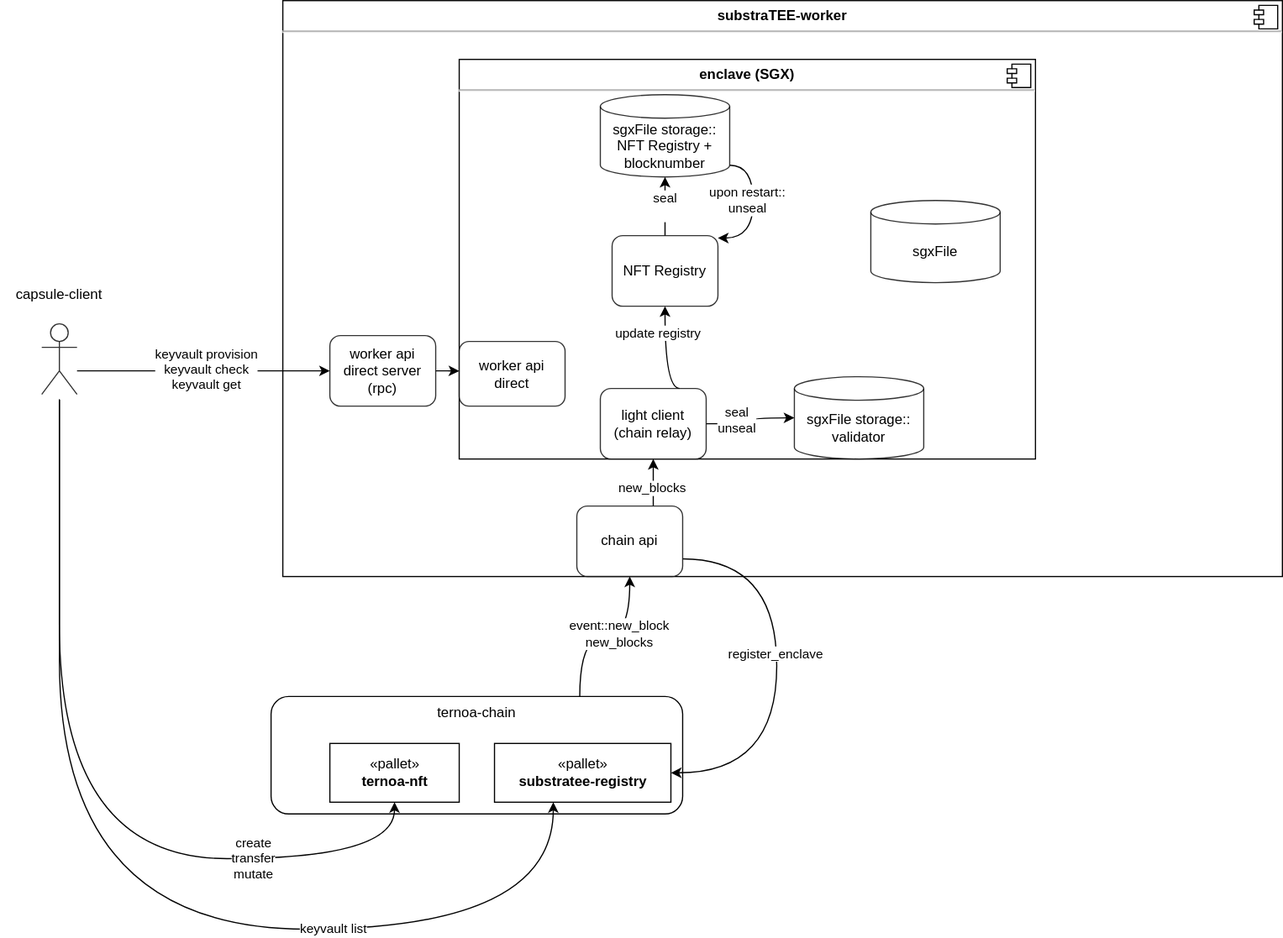
Above: overview_ternoa.svg in haerdib/substraTEE_diagramms (draw.io), before the change. Source tidied: cells renumbered, new cells last; positions are measured from the earlier drawing's top-left corner, leaving out a move shared by most shapes.
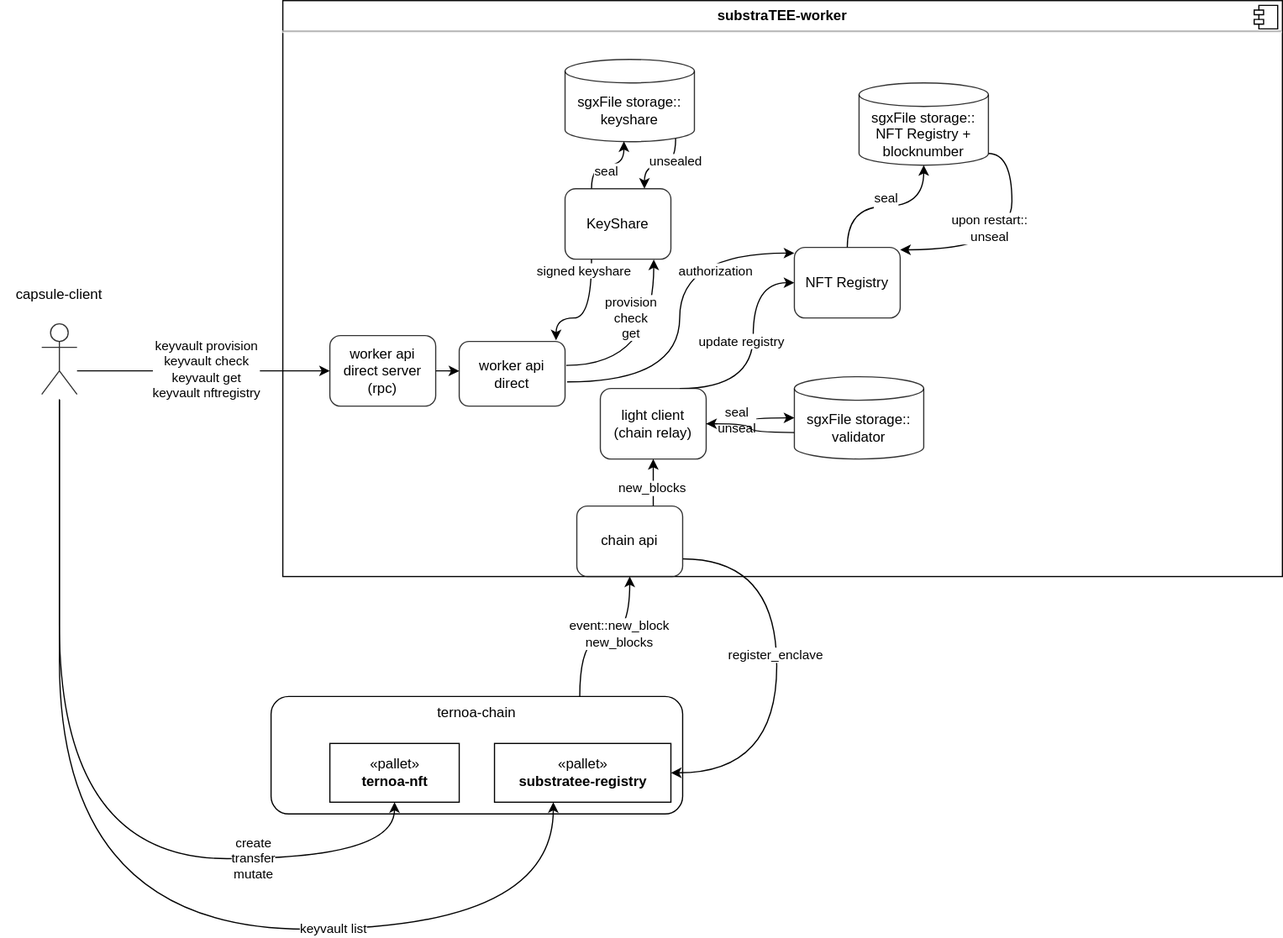
Later version of the same file.

The edit, as a diff of the source:
```diff
@@ -2,6 +2,14 @@
   <root>
     <mxCell id="0" />
     <mxCell id="1" parent="0" />
+    <mxCell id="4" value="&lt;p style=&quot;margin: 0px ; margin-top: 6px ; text-align: center&quot;&gt;&lt;b&gt;enclave (SGX)&lt;br&gt;&lt;/b&gt;&lt;/p&gt;&lt;hr&gt;&lt;p style=&quot;margin: 0px ; margin-left: 8px&quot;&gt;&lt;br&gt;&lt;/p&gt;" style="align=left;overflow=fill;html=1;" parent="1" vertex="1">
+      <mxGeometry x="390" y="50" width="490" height="340" as="geometry" />
+    </mxCell>
+    <mxCell id="5" style="shape=component;jettyWidth=8;jettyHeight=4;" parent="4" vertex="1">
+      <mxGeometry x="1" width="20" height="20" relative="1" as="geometry">
+        <mxPoint x="-24" y="4" as="offset" />
+      </mxGeometry>
+    </mxCell>
     <mxCell id="2" value="&lt;p style=&quot;margin: 0px ; margin-top: 6px ; text-align: center&quot;&gt;&lt;b&gt;substraTEE-worker&lt;br&gt;&lt;/b&gt;&lt;/p&gt;&lt;hr&gt;&lt;p style=&quot;margin: 0px ; margin-left: 8px&quot;&gt;&lt;br&gt;&lt;/p&gt;" style="align=left;overflow=fill;html=1;" parent="1" vertex="1">
       <mxGeometry x="240" width="850" height="490" as="geometry" />
     </mxCell>
@@ -10,14 +18,6 @@
         <mxPoint x="-24" y="4" as="offset" />
       </mxGeometry>
     </mxCell>
-    <mxCell id="4" value="&lt;p style=&quot;margin: 0px ; margin-top: 6px ; text-align: center&quot;&gt;&lt;b&gt;enclave (SGX)&lt;br&gt;&lt;/b&gt;&lt;/p&gt;&lt;hr&gt;&lt;p style=&quot;margin: 0px ; margin-left: 8px&quot;&gt;&lt;br&gt;&lt;/p&gt;" style="align=left;overflow=fill;html=1;" parent="1" vertex="1">
-      <mxGeometry x="390" y="50" width="490" height="340" as="geometry" />
-    </mxCell>
-    <mxCell id="5" style="shape=component;jettyWidth=8;jettyHeight=4;" parent="4" vertex="1">
-      <mxGeometry x="1" width="20" height="20" relative="1" as="geometry">
-        <mxPoint x="-24" y="4" as="offset" />
-      </mxGeometry>
-    </mxCell>
     <mxCell id="6" style="edgeStyle=orthogonalEdgeStyle;jettySize=auto;html=1;exitX=0.75;exitY=0;exitDx=0;exitDy=0;entryX=0.5;entryY=1;entryDx=0;entryDy=0;curved=1;" parent="1" edge="1" source="8" target="28">
       <mxGeometry relative="1" as="geometry" />
     </mxCell>
@@ -36,13 +36,14 @@
     <mxCell id="11" style="edgeStyle=orthogonalEdgeStyle;curved=1;jettySize=auto;html=1;exitX=0.75;exitY=0;exitDx=0;exitDy=0;" parent="1" edge="1" source="15" target="37">
       <mxGeometry relative="1" as="geometry">
         <Array as="points">
-          <mxPoint x="565" y="330" />
+          <mxPoint x="640" y="330" />
+          <mxPoint x="640" y="240" />
         </Array>
       </mxGeometry>
     </mxCell>
     <mxCell id="12" value="update registry" style="edgeLabel;html=1;align=center;verticalAlign=middle;" parent="11" vertex="1">
       <mxGeometry x="0.56" y="-10" relative="1" as="geometry">
-        <mxPoint x="-15.8" y="5" as="offset" />
+        <mxPoint x="-20" y="44" as="offset" />
       </mxGeometry>
     </mxCell>
     <mxCell id="13" style="edgeStyle=orthogonalEdgeStyle;curved=1;jettySize=auto;html=1;exitX=1;exitY=0.5;exitDx=0;exitDy=0;entryX=0;entryY=0.5;entryDx=0;entryDy=0;entryPerimeter=0;" parent="1" edge="1" source="15" target="38">
@@ -81,8 +82,14 @@
     <mxCell id="20" value="capsule-client" style="text;html=1;strokeColor=none;fillColor=none;align=center;verticalAlign=middle;whiteSpace=wrap;rounded=0;" parent="1" vertex="1">
       <mxGeometry y="240" width="100" height="20" as="geometry" />
     </mxCell>
+    <mxCell id="39" style="edgeStyle=orthogonalEdgeStyle;curved=1;jettySize=auto;html=1;exitX=0.855;exitY=1;exitDx=0;exitDy=-2.9;exitPerimeter=0;entryX=0.75;entryY=0;entryDx=0;entryDy=0;" parent="1" edge="1" source="21" target="48">
+      <mxGeometry relative="1" as="geometry" />
+    </mxCell>
+    <mxCell id="40" value="unsealed" style="edgeLabel;html=1;align=center;verticalAlign=middle;" parent="39" vertex="1">
+      <mxGeometry x="-0.33" y="-3" relative="1" as="geometry" />
+    </mxCell>
-    <mxCell id="21" value="sgxFile" style="shape=cylinder3;whiteSpace=wrap;html=1;boundedLbl=1;backgroundOutline=1;size=10;opacity=80;" parent="1" vertex="1">
-      <mxGeometry x="740" y="170" width="110" height="70" as="geometry" />
+    <mxCell id="21" value="&lt;div&gt;sgxFile storage::&lt;/div&gt;&lt;div&gt;keyshare&lt;br&gt;&lt;/div&gt;" style="shape=cylinder3;whiteSpace=wrap;html=1;boundedLbl=1;backgroundOutline=1;size=10;opacity=80;" parent="1" vertex="1">
+      <mxGeometry x="480" y="50" width="110" height="70" as="geometry" />
     </mxCell>
     <mxCell id="22" style="edgeStyle=orthogonalEdgeStyle;rounded=0;jettySize=auto;html=1;exitX=1;exitY=0.5;exitDx=0;exitDy=0;entryX=0;entryY=0.457;entryDx=0;entryDy=0;entryPerimeter=0;" parent="1" edge="1" source="23" target="35">
       <mxGeometry relative="1" as="geometry">
@@ -135,7 +142,7 @@
     <mxCell id="30" value="keyvault list" style="edgeLabel;html=1;align=center;verticalAlign=middle;" parent="29" vertex="1">
       <mxGeometry x="0.41" relative="1" as="geometry" />
     </mxCell>
-    <mxCell id="31" value="&lt;div&gt;keyvault provision&lt;/div&gt;&lt;div&gt;keyvault check&lt;/div&gt;&lt;div&gt;keyvault get&lt;br&gt;&lt;/div&gt;" style="edgeLabel;html=1;align=center;verticalAlign=middle;" parent="1" vertex="1">
+    <mxCell id="31" value="&lt;div&gt;keyvault provision&lt;/div&gt;&lt;div&gt;keyvault check&lt;/div&gt;&lt;div&gt;keyvault get&lt;/div&gt;&lt;div&gt;keyvault nftregistry&lt;br&gt;&lt;/div&gt;" style="edgeLabel;html=1;align=center;verticalAlign=middle;" parent="1" vertex="1">
       <mxGeometry x="180" y="315" as="geometry">
         <mxPoint x="-5" y="-1" as="offset" />
       </mxGeometry>
@@ -149,8 +156,16 @@
       </mxGeometry>
     </mxCell>
     <mxCell id="34" value="&lt;div&gt;sgxFile storage::&lt;/div&gt;&lt;div&gt;NFT Registry + blocknumber&lt;br&gt;&lt;/div&gt;" style="shape=cylinder3;whiteSpace=wrap;html=1;boundedLbl=1;backgroundOutline=1;size=10;opacity=80;" parent="1" vertex="1">
-      <mxGeometry x="510" y="80" width="110" height="70" as="geometry" />
+      <mxGeometry x="730" y="70" width="110" height="70" as="geometry" />
     </mxCell>
+    <mxCell id="41" style="edgeStyle=orthogonalEdgeStyle;curved=1;jettySize=auto;html=1;exitX=1.011;exitY=0.37;exitDx=0;exitDy=0;entryX=0.838;entryY=1.004;entryDx=0;entryDy=0;entryPerimeter=0;exitPerimeter=0;" parent="1" edge="1" source="35" target="48">
+      <mxGeometry relative="1" as="geometry" />
+    </mxCell>
+    <mxCell id="42" value="&lt;div&gt;provision&lt;/div&gt;&lt;div&gt;check&lt;/div&gt;&lt;div&gt;get&lt;br&gt;&lt;/div&gt;" style="edgeLabel;html=1;align=center;verticalAlign=middle;labelBackgroundColor=#FFFFFF;" parent="41" vertex="1">
+      <mxGeometry x="0.31" y="9" relative="1" as="geometry">
+        <mxPoint x="-11" y="-7" as="offset" />
+      </mxGeometry>
+    </mxCell>
     <mxCell id="35" value="worker api&lt;br&gt;direct" style="rounded=1;whiteSpace=wrap;html=1;opacity=80;" parent="1" vertex="1">
       <mxGeometry x="390" y="290" width="90" height="55" as="geometry" />
     </mxCell>
@@ -158,10 +173,45 @@
       <mxGeometry relative="1" as="geometry" />
     </mxCell>
     <mxCell id="37" value="NFT Registry" style="rounded=1;whiteSpace=wrap;html=1;opacity=80;" parent="1" vertex="1">
-      <mxGeometry x="520" y="200" width="90" height="60" as="geometry" />
+      <mxGeometry x="675" y="210" width="90" height="60" as="geometry" />
     </mxCell>
+    <mxCell id="43" style="edgeStyle=orthogonalEdgeStyle;curved=1;jettySize=auto;html=1;exitX=0;exitY=0;exitDx=0;exitDy=47.5;exitPerimeter=0;" parent="1" edge="1" source="38" target="15">
+      <mxGeometry relative="1" as="geometry" />
+    </mxCell>
     <mxCell id="38" value="&lt;div&gt;sgxFile storage::&lt;/div&gt;&lt;div&gt;validator&lt;br&gt;&lt;/div&gt;" style="shape=cylinder3;whiteSpace=wrap;html=1;boundedLbl=1;backgroundOutline=1;size=10;opacity=80;" parent="1" vertex="1">
       <mxGeometry x="675" y="320" width="110" height="70" as="geometry" />
     </mxCell>
+    <mxCell id="44" style="edgeStyle=orthogonalEdgeStyle;curved=1;jettySize=auto;html=1;exitX=0.25;exitY=0;exitDx=0;exitDy=0;entryX=0.455;entryY=0.995;entryDx=0;entryDy=0;entryPerimeter=0;" parent="1" edge="1" source="48" target="21">
+      <mxGeometry relative="1" as="geometry" />
+    </mxCell>
+    <mxCell id="45" value="seal" style="edgeLabel;html=1;align=center;verticalAlign=middle;" parent="44" vertex="1">
+      <mxGeometry x="-0.02" y="5" relative="1" as="geometry">
+        <mxPoint x="-1" y="10" as="offset" />
+      </mxGeometry>
+    </mxCell>
+    <mxCell id="46" style="edgeStyle=orthogonalEdgeStyle;curved=1;jettySize=auto;html=1;exitX=0.25;exitY=1;exitDx=0;exitDy=0;entryX=0.915;entryY=-0.018;entryDx=0;entryDy=0;entryPerimeter=0;" parent="1" edge="1" source="48" target="35">
+      <mxGeometry relative="1" as="geometry">
+        <Array as="points">
+          <mxPoint x="503" y="270" />
+          <mxPoint x="472" y="270" />
+        </Array>
+      </mxGeometry>
+    </mxCell>
+    <mxCell id="47" value="signed keyshare" style="edgeLabel;html=1;align=center;verticalAlign=middle;" parent="46" vertex="1">
+      <mxGeometry x="-0.06" y="-1" relative="1" as="geometry">
+        <mxPoint x="-6" y="-37" as="offset" />
+      </mxGeometry>
+    </mxCell>
+    <mxCell id="48" value="KeyShare" style="rounded=1;whiteSpace=wrap;html=1;opacity=80;" parent="1" vertex="1">
+      <mxGeometry x="480" y="160" width="90" height="60" as="geometry" />
+    </mxCell>
+    <mxCell id="49" style="edgeStyle=orthogonalEdgeStyle;curved=1;jettySize=auto;html=1;exitX=1.02;exitY=0.625;exitDx=0;exitDy=0;entryX=0;entryY=0.08;entryDx=0;entryDy=0;entryPerimeter=0;exitPerimeter=0;" parent="1" edge="1" source="35" target="37">
+      <mxGeometry relative="1" as="geometry" />
+    </mxCell>
+    <mxCell id="50" value="authorization" style="edgeLabel;html=1;align=center;verticalAlign=middle;" parent="49" vertex="1">
+      <mxGeometry x="0.81" y="-2" relative="1" as="geometry">
+        <mxPoint x="-39" y="13" as="offset" />
+      </mxGeometry>
+    </mxCell>
   </root>
 </mxGraphModel>
```
